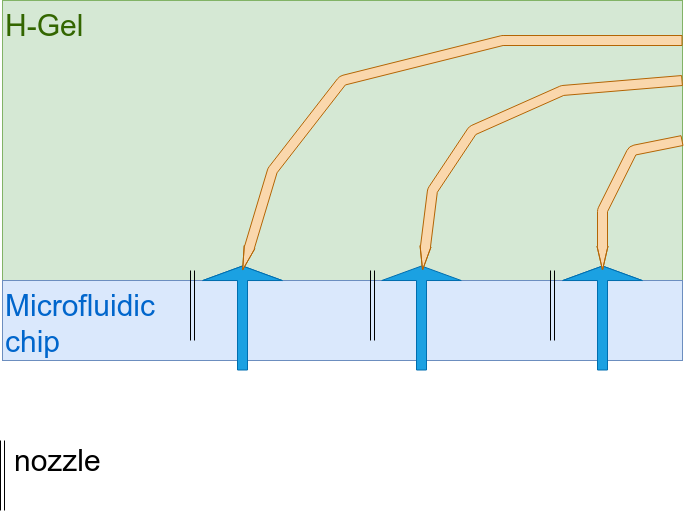
Earlier version of the draw.io export hld.png (research-team/selective-interface). Source tidied: cells renumbered, new cells last; positions are measured from the earlier drawing's top-left corner, leaving out a move shared by most shapes.
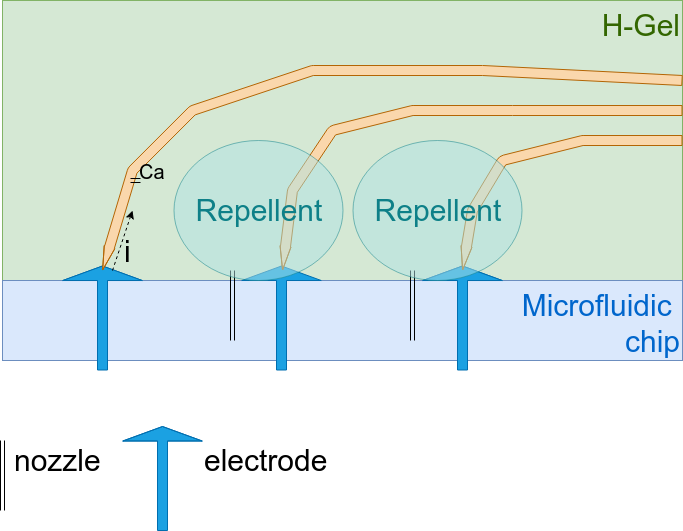
Later version of the same file.

Commit message:
selective interface completed HLD

Change to the diagram source:
```diff
@@ -8,41 +8,41 @@
     <mxCell id="3" value="H-Gel" style="rounded=0;whiteSpace=wrap;html=1;fontSize=30;fillColor=#d5e8d4;strokeColor=#82b366;align=left;verticalAlign=top;fontColor=#336600;" parent="1" vertex="1">
       <mxGeometry width="680" height="280" as="geometry" />
     </mxCell>
-    <mxCell id="4" value="H-Gel" style="rounded=0;whiteSpace=wrap;html=1;fontSize=30;fillColor=#d5e8d4;strokeColor=#82b366;align=left;verticalAlign=top;fontColor=#336600;" parent="1" vertex="1">
+    <mxCell id="4" value="H-Gel" style="rounded=0;whiteSpace=wrap;html=1;fontSize=30;fillColor=#d5e8d4;strokeColor=#82b366;align=right;verticalAlign=top;fontColor=#336600;" parent="1" vertex="1">
       <mxGeometry width="680" height="280" as="geometry" />
     </mxCell>
-    <mxCell id="5" value="&lt;font color=&quot;#0066cc&quot;&gt;Microfluidic &lt;br&gt;chip&lt;/font&gt;" style="rounded=0;whiteSpace=wrap;html=1;fontSize=30;fillColor=#dae8fc;strokeColor=#6c8ebf;align=left;verticalAlign=top;" parent="1" vertex="1">
+    <mxCell id="5" value="&lt;font color=&quot;#0066cc&quot;&gt;Microfluidic &lt;br&gt;chip&lt;/font&gt;" style="rounded=0;whiteSpace=wrap;html=1;fontSize=30;fillColor=#dae8fc;strokeColor=#6c8ebf;align=right;verticalAlign=top;" parent="1" vertex="1">
       <mxGeometry y="280" width="680" height="80" as="geometry" />
     </mxCell>
     <mxCell id="6" value="1" parent="0" />
     <mxCell id="7" style="shape=flexArrow;endArrow=classic;html=1;fontSize=30;fillColor=#1ba1e2;strokeColor=#006EAF;endWidth=68.49162011173185;endSize=4.5061452513966485;" parent="6" edge="1">
       <mxGeometry relative="1" as="geometry">
-        <mxPoint x="240" y="320" as="sourcePoint" />
-        <mxPoint x="240" y="265" as="targetPoint" />
+        <mxPoint x="100" y="320" as="sourcePoint" />
+        <mxPoint x="100" y="265" as="targetPoint" />
       </mxGeometry>
     </mxCell>
     <mxCell id="8" style="shape=flexArrow;endArrow=classic;html=1;fontSize=30;fillColor=#1ba1e2;strokeColor=#006EAF;endWidth=68.49162011173185;endSize=4.5061452513966485;" parent="6" edge="1">
       <mxGeometry relative="1" as="geometry">
-        <mxPoint x="419" y="370" as="sourcePoint" />
-        <mxPoint x="419" y="265" as="targetPoint" />
+        <mxPoint x="279" y="370" as="sourcePoint" />
+        <mxPoint x="279" y="265" as="targetPoint" />
       </mxGeometry>
     </mxCell>
     <mxCell id="9" style="shape=flexArrow;endArrow=classic;html=1;fontSize=30;fillColor=#1ba1e2;strokeColor=#006EAF;endWidth=68.49162011173185;endSize=4.5061452513966485;" parent="6" edge="1">
       <mxGeometry relative="1" as="geometry">
-        <mxPoint x="600" y="320" as="sourcePoint" />
-        <mxPoint x="600" y="265" as="targetPoint" />
+        <mxPoint x="460" y="320" as="sourcePoint" />
+        <mxPoint x="460" y="265" as="targetPoint" />
       </mxGeometry>
     </mxCell>
     <mxCell id="10" style="shape=flexArrow;endArrow=classic;html=1;fontSize=30;fillColor=#1ba1e2;strokeColor=#006EAF;endWidth=68.49162011173185;endSize=4.5061452513966485;" parent="6" edge="1">
       <mxGeometry relative="1" as="geometry">
-        <mxPoint x="240" y="370" as="sourcePoint" />
-        <mxPoint x="240" y="265" as="targetPoint" />
+        <mxPoint x="100" y="370" as="sourcePoint" />
+        <mxPoint x="100" y="265" as="targetPoint" />
       </mxGeometry>
     </mxCell>
     <mxCell id="11" style="shape=flexArrow;endArrow=classic;html=1;fontSize=30;fillColor=#1ba1e2;strokeColor=#006EAF;endWidth=68.49162011173185;endSize=4.5061452513966485;" parent="6" edge="1">
       <mxGeometry relative="1" as="geometry">
-        <mxPoint x="600" y="370" as="sourcePoint" />
-        <mxPoint x="600" y="265" as="targetPoint" />
+        <mxPoint x="460" y="370" as="sourcePoint" />
+        <mxPoint x="460" y="265" as="targetPoint" />
       </mxGeometry>
     </mxCell>
     <mxCell id="12" style="shape=link;html=1;" parent="6" edge="1">
@@ -57,52 +57,90 @@
     <mxCell id="14" style="shape=flexArrow;endArrow=classic;html=1;fontSize=30;endWidth=0;endSize=7.627586206896552;fillColor=#fad7ac;strokeColor=#b46504;" parent="6" edge="1">
       <mxGeometry relative="1" as="geometry">
         <mxPoint x="680" y="140" as="sourcePoint" />
-        <mxPoint x="600" y="270" as="targetPoint" />
+        <mxPoint x="460" y="270" as="targetPoint" />
         <Array as="points">
-          <mxPoint x="630" y="150" />
-          <mxPoint x="600" y="210" />
+          <mxPoint x="580" y="140" />
+          <mxPoint x="500" y="160" />
+          <mxPoint x="470" y="210" />
         </Array>
       </mxGeometry>
     </mxCell>
     <mxCell id="15" style="shape=link;html=1;" parent="6" edge="1">
       <mxGeometry relative="1" as="geometry">
-        <mxPoint x="550" y="340" as="sourcePoint" />
-        <mxPoint x="550" y="270" as="targetPoint" />
+        <mxPoint x="410" y="340" as="sourcePoint" />
+        <mxPoint x="410" y="270" as="targetPoint" />
       </mxGeometry>
     </mxCell>
     <mxCell id="16" style="shape=link;html=1;" parent="6" edge="1">
       <mxGeometry relative="1" as="geometry">
-        <mxPoint x="370" y="340" as="sourcePoint" />
-        <mxPoint x="370" y="270" as="targetPoint" />
+        <mxPoint x="230" y="340" as="sourcePoint" />
+        <mxPoint x="230" y="270" as="targetPoint" />
       </mxGeometry>
     </mxCell>
-    <mxCell id="17" style="shape=link;html=1;" parent="6" edge="1">
-      <mxGeometry relative="1" as="geometry">
-        <mxPoint x="190" y="340" as="sourcePoint" />
-        <mxPoint x="190" y="270" as="targetPoint" />
-      </mxGeometry>
-    </mxCell>
     <mxCell id="18" style="shape=flexArrow;endArrow=classic;html=1;fontSize=30;endWidth=0;endSize=7.627586206896552;fillColor=#fad7ac;strokeColor=#b46504;" parent="6" edge="1">
       <mxGeometry relative="1" as="geometry">
-        <mxPoint x="680" y="80" as="sourcePoint" />
-        <mxPoint x="420" y="270" as="targetPoint" />
+        <mxPoint x="680" y="110" as="sourcePoint" />
+        <mxPoint x="280" y="270" as="targetPoint" />
         <Array as="points">
-          <mxPoint x="560" y="90" />
-          <mxPoint x="470" y="130" />
-          <mxPoint x="430" y="190" />
+          <mxPoint x="510" y="110" />
+          <mxPoint x="410" y="110" />
+          <mxPoint x="330" y="130" />
+          <mxPoint x="290" y="190" />
         </Array>
       </mxGeometry>
     </mxCell>
     <mxCell id="19" style="shape=flexArrow;endArrow=classic;html=1;fontSize=30;endWidth=0;endSize=7.627586206896552;fillColor=#fad7ac;strokeColor=#b46504;" parent="6" edge="1">
       <mxGeometry relative="1" as="geometry">
-        <mxPoint x="680" y="40" as="sourcePoint" />
-        <mxPoint x="240" y="270" as="targetPoint" />
+        <mxPoint x="680" y="80" as="sourcePoint" />
+        <mxPoint x="100" y="270" as="targetPoint" />
         <Array as="points">
-          <mxPoint x="500" y="40" />
-          <mxPoint x="340" y="80" />
-          <mxPoint x="270" y="170" />
+          <mxPoint x="480" y="70" />
+          <mxPoint x="310" y="70" />
+          <mxPoint x="190" y="110" />
+          <mxPoint x="130" y="170" />
         </Array>
       </mxGeometry>
     </mxCell>
+    <mxCell id="20" style="shape=flexArrow;endArrow=classic;html=1;fontSize=30;fillColor=#1ba1e2;strokeColor=#006EAF;endWidth=68.49162011173185;endSize=4.5061452513966485;" parent="6" edge="1">
+      <mxGeometry relative="1" as="geometry">
+        <mxPoint x="160" y="530.5" as="sourcePoint" />
+        <mxPoint x="160" y="425.5" as="targetPoint" />
+        <Array as="points">
+          <mxPoint x="160" y="425.5" />
+        </Array>
+      </mxGeometry>
+    </mxCell>
+    <mxCell id="21" value="electrode" style="text;html=1;align=left;verticalAlign=top;spacingTop=-4;fontSize=30;" parent="6" vertex="1">
+      <mxGeometry x="200" y="440" width="140" height="40" as="geometry" />
+    </mxCell>
+    <mxCell id="22" style="endArrow=classic;dashed=1;html=1;fontSize=30;endFill=1;" parent="6" edge="1">
+      <mxGeometry relative="1" as="geometry">
+        <mxPoint x="110" y="270" as="sourcePoint" />
+        <mxPoint x="130" y="210" as="targetPoint" />
+      </mxGeometry>
+    </mxCell>
+    <mxCell id="23" value="i" style="text;html=1;align=center;verticalAlign=middle;labelBackgroundColor=none;fontSize=30;" parent="22" vertex="1">
+      <mxGeometry x="-0.63" y="-2" relative="1" as="geometry">
+        <mxPoint x="9.5" y="-9.5" as="offset" />
+      </mxGeometry>
+    </mxCell>
+    <mxCell id="24" style="shape=link;html=1;endArrow=classic;endFill=1;fontSize=30;" parent="6" edge="1">
+      <mxGeometry relative="1" as="geometry">
+        <mxPoint x="138" y="180" as="sourcePoint" />
+        <mxPoint x="128" y="180" as="targetPoint" />
+      </mxGeometry>
+    </mxCell>
+    <mxCell id="25" value="&lt;font style=&quot;font-size: 20px&quot;&gt;Ca&lt;/font&gt;" style="text;html=1;align=center;verticalAlign=middle;labelBackgroundColor=none;fontSize=30;" parent="24" vertex="1">
+      <mxGeometry x="-0.44" y="-1" relative="1" as="geometry">
+        <mxPoint x="15" y="-11" as="offset" />
+      </mxGeometry>
+    </mxCell>
+    <mxCell id="26" value="repellent" parent="0" />
+    <mxCell id="27" value="&lt;font color=&quot;#0e8088&quot;&gt;Repellent&lt;/font&gt;" style="ellipse;whiteSpace=wrap;html=1;fontSize=30;fillColor=#b0e3e6;strokeColor=#0e8088;opacity=50;" parent="26" vertex="1">
+      <mxGeometry x="171" y="140" width="169" height="140" as="geometry" />
+    </mxCell>
+    <mxCell id="28" value="&lt;font color=&quot;#0e8088&quot;&gt;Repellent&lt;/font&gt;" style="ellipse;whiteSpace=wrap;html=1;fontSize=30;fillColor=#b0e3e6;strokeColor=#0e8088;opacity=50;" parent="26" vertex="1">
+      <mxGeometry x="350" y="140" width="169" height="140" as="geometry" />
+    </mxCell>
   </root>
 </mxGraphModel>
```
